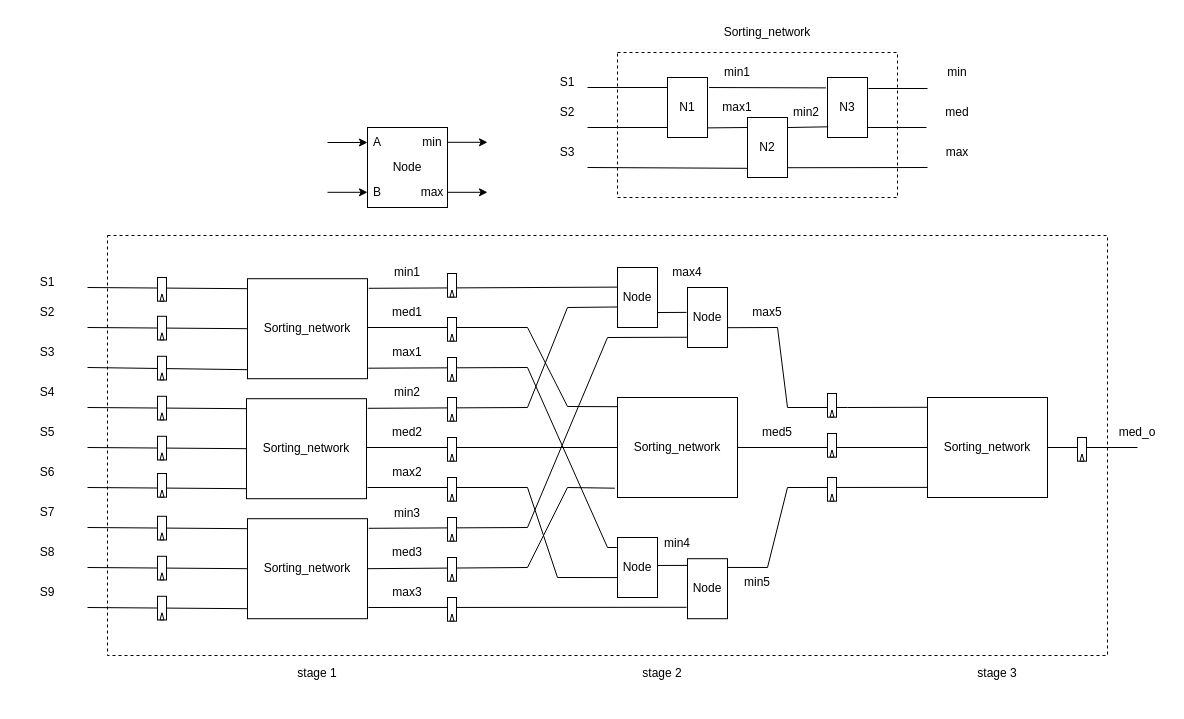
The draw.io diagram Draw/MedianFilterModules/MedianSystolicModule3x3.drawio in Hieuueihm/Thesis, before the edit. Source tidied: cells renumbered, new cells numbered last; positions are measured from the earlier drawing's top-left corner, leaving out a move shared by most shapes. Both pictures are drawn from the tidied source at 100%, with x=0, y=0 at pixel (17, 17).
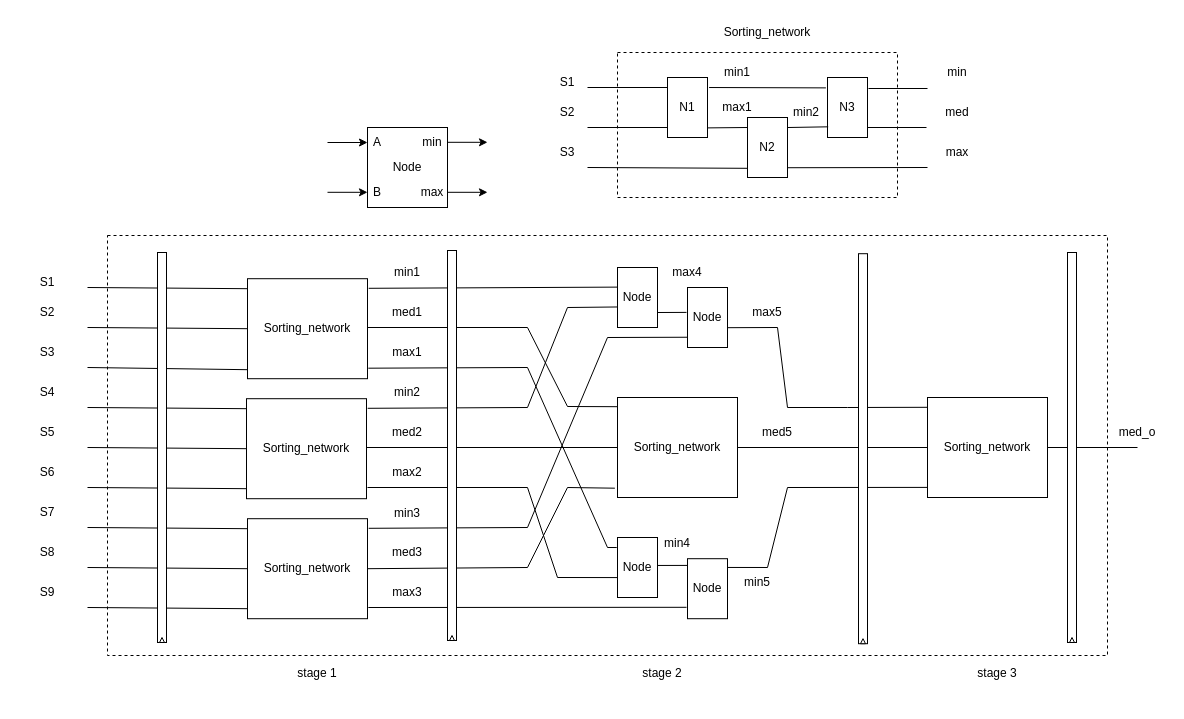
After the change.

Change to the diagram source:
```diff
@@
     <mxCell id="111" style="group;" parent="1" vertex="1">
-      <mxGeometry x="140" y="578.8" width="9" height="24" as="geometry" />
+      <mxGeometry x="140" y="145" width="9" height="540" as="geometry" />
     </mxCell>
+    <mxCell id="161" style="group;" parent="111" vertex="1">
+      <mxGeometry y="90" width="9" height="390" as="geometry" />
+    </mxCell>
-    <mxCell id="112" style="rounded=0;whiteSpace=wrap;html=1;" parent="111" vertex="1">
-      <mxGeometry width="9" height="23.7" as="geometry" />
+    <mxCell id="112" style="rounded=0;whiteSpace=wrap;html=1;" parent="161" vertex="1">
+      <mxGeometry width="9" height="390" as="geometry" />
     </mxCell>
-    <mxCell id="113" style="triangle;whiteSpace=wrap;html=1;rotation=270;" parent="111" vertex="1">
-      <mxGeometry x="1" y="18" width="7" height="4" as="geometry" />
-    </mxCell>
-    <mxCell id="114" style="group;" parent="1" vertex="1">
-      <mxGeometry x="430" y="256" width="9" height="24" as="geometry" />
-    </mxCell>
-    <mxCell id="115" style="rounded=0;whiteSpace=wrap;html=1;" parent="114" vertex="1">
-      <mxGeometry width="9" height="23.7" as="geometry" />
-    </mxCell>
-    <mxCell id="116" style="triangle;whiteSpace=wrap;html=1;rotation=270;" parent="114" vertex="1">
-      <mxGeometry x="1" y="18" width="7" height="4" as="geometry" />
-    </mxCell>
-    <mxCell id="117" style="group;" parent="1" vertex="1">
-      <mxGeometry x="430" y="300" width="9" height="24" as="geometry" />
-    </mxCell>
-    <mxCell id="118" style="rounded=0;whiteSpace=wrap;html=1;" parent="117" vertex="1">
-      <mxGeometry width="9" height="23.7" as="geometry" />
-    </mxCell>
-    <mxCell id="119" style="triangle;whiteSpace=wrap;html=1;rotation=270;" parent="117" vertex="1">
-      <mxGeometry x="1" y="18" width="7" height="4" as="geometry" />
-    </mxCell>
-    <mxCell id="120" style="group;" parent="1" vertex="1">
-      <mxGeometry x="430" y="340" width="9" height="24" as="geometry" />
-    </mxCell>
-    <mxCell id="121" style="rounded=0;whiteSpace=wrap;html=1;" parent="120" vertex="1">
-      <mxGeometry width="9" height="23.7" as="geometry" />
-    </mxCell>
-    <mxCell id="122" style="triangle;whiteSpace=wrap;html=1;rotation=270;" parent="120" vertex="1">
-      <mxGeometry x="1" y="18" width="7" height="4" as="geometry" />
-    </mxCell>
-    <mxCell id="123" style="group;" parent="1" vertex="1">
-      <mxGeometry x="430" y="380" width="9" height="24" as="geometry" />
-    </mxCell>
-    <mxCell id="124" style="rounded=0;whiteSpace=wrap;html=1;" parent="123" vertex="1">
-      <mxGeometry width="9" height="23.7" as="geometry" />
-    </mxCell>
-    <mxCell id="125" style="triangle;whiteSpace=wrap;html=1;rotation=270;" parent="123" vertex="1">
-      <mxGeometry x="1" y="18" width="7" height="4" as="geometry" />
-    </mxCell>
-    <mxCell id="126" style="group;" parent="1" vertex="1">
-      <mxGeometry x="430" y="420" width="9" height="24" as="geometry" />
-    </mxCell>
-    <mxCell id="127" style="rounded=0;whiteSpace=wrap;html=1;" parent="126" vertex="1">
-      <mxGeometry width="9" height="23.7" as="geometry" />
-    </mxCell>
-    <mxCell id="128" style="triangle;whiteSpace=wrap;html=1;rotation=270;" parent="126" vertex="1">
-      <mxGeometry x="1" y="18" width="7" height="4" as="geometry" />
-    </mxCell>
-    <mxCell id="129" style="group;" parent="1" vertex="1">
-      <mxGeometry x="430" y="460" width="9" height="24" as="geometry" />
-    </mxCell>
-    <mxCell id="130" style="rounded=0;whiteSpace=wrap;html=1;" parent="129" vertex="1">
-      <mxGeometry width="9" height="23.7" as="geometry" />
-    </mxCell>
-    <mxCell id="131" style="triangle;whiteSpace=wrap;html=1;rotation=270;" parent="129" vertex="1">
-      <mxGeometry x="1" y="18" width="7" height="4" as="geometry" />
-    </mxCell>
-    <mxCell id="132" style="group;" parent="1" vertex="1">
-      <mxGeometry x="430" y="500" width="9" height="24" as="geometry" />
-    </mxCell>
-    <mxCell id="133" style="rounded=0;whiteSpace=wrap;html=1;" parent="132" vertex="1">
-      <mxGeometry width="9" height="23.7" as="geometry" />
-    </mxCell>
-    <mxCell id="134" style="triangle;whiteSpace=wrap;html=1;rotation=270;" parent="132" vertex="1">
-      <mxGeometry x="1" y="18" width="7" height="4" as="geometry" />
-    </mxCell>
-    <mxCell id="135" style="group;" parent="1" vertex="1">
-      <mxGeometry x="430" y="540" width="9" height="24" as="geometry" />
-    </mxCell>
-    <mxCell id="136" style="rounded=0;whiteSpace=wrap;html=1;" parent="135" vertex="1">
-      <mxGeometry width="9" height="23.7" as="geometry" />
-    </mxCell>
-    <mxCell id="137" style="triangle;whiteSpace=wrap;html=1;rotation=270;" parent="135" vertex="1">
-      <mxGeometry x="1" y="18" width="7" height="4" as="geometry" />
-    </mxCell>
-    <mxCell id="138" style="group;" parent="1" vertex="1">
-      <mxGeometry x="430" y="580" width="9" height="24" as="geometry" />
-    </mxCell>
-    <mxCell id="139" style="rounded=0;whiteSpace=wrap;html=1;" parent="138" vertex="1">
-      <mxGeometry width="9" height="23.7" as="geometry" />
-    </mxCell>
-    <mxCell id="140" style="triangle;whiteSpace=wrap;html=1;rotation=270;" parent="138" vertex="1">
-      <mxGeometry x="1" y="18" width="7" height="4" as="geometry" />
-    </mxCell>
-    <mxCell id="141" style="group;" parent="1" vertex="1">
-      <mxGeometry x="810" y="376" width="9" height="24" as="geometry" />
-    </mxCell>
-    <mxCell id="142" style="rounded=0;whiteSpace=wrap;html=1;" parent="141" vertex="1">
-      <mxGeometry width="9" height="23.7" as="geometry" />
-    </mxCell>
-    <mxCell id="143" style="triangle;whiteSpace=wrap;html=1;rotation=270;" parent="141" vertex="1">
-      <mxGeometry x="1" y="18" width="7" height="4" as="geometry" />
-    </mxCell>
-    <mxCell id="144" style="group;" parent="1" vertex="1">
-      <mxGeometry x="810" y="416" width="9" height="24" as="geometry" />
-    </mxCell>
-    <mxCell id="145" style="rounded=0;whiteSpace=wrap;html=1;" parent="144" vertex="1">
-      <mxGeometry width="9" height="23.7" as="geometry" />
-    </mxCell>
-    <mxCell id="146" style="triangle;whiteSpace=wrap;html=1;rotation=270;" parent="144" vertex="1">
-      <mxGeometry x="1" y="18" width="7" height="4" as="geometry" />
-    </mxCell>
-    <mxCell id="147" style="group;" parent="1" vertex="1">
-      <mxGeometry x="810" y="460" width="9" height="24" as="geometry" />
-    </mxCell>
-    <mxCell id="148" style="rounded=0;whiteSpace=wrap;html=1;" parent="147" vertex="1">
-      <mxGeometry width="9" height="23.7" as="geometry" />
-    </mxCell>
-    <mxCell id="149" style="triangle;whiteSpace=wrap;html=1;rotation=270;" parent="147" vertex="1">
-      <mxGeometry x="1" y="18" width="7" height="4" as="geometry" />
-    </mxCell>
+    <mxCell id="162" style="triangle;whiteSpace=wrap;html=1;rotation=270;" parent="161" vertex="1">
+      <mxGeometry x="2" y="385" width="5" height="5" as="geometry" />
+    </mxCell>
@@
-    <mxCell id="158" style="group;" parent="1" vertex="1">
-      <mxGeometry x="1060" y="420" width="9" height="24" as="geometry" />
-    </mxCell>
-    <mxCell id="159" style="rounded=0;whiteSpace=wrap;html=1;" parent="158" vertex="1">
-      <mxGeometry width="9" height="23.7" as="geometry" />
-    </mxCell>
-    <mxCell id="160" style="triangle;whiteSpace=wrap;html=1;rotation=270;" parent="158" vertex="1">
-      <mxGeometry x="1" y="18" width="7" height="4" as="geometry" />
-    </mxCell>
+    <mxCell id="163" style="group;" parent="1" vertex="1">
+      <mxGeometry x="430" y="233" width="9" height="390" as="geometry" />
+    </mxCell>
+    <mxCell id="164" style="rounded=0;whiteSpace=wrap;html=1;" parent="163" vertex="1">
+      <mxGeometry width="9" height="390" as="geometry" />
+    </mxCell>
+    <mxCell id="165" style="triangle;whiteSpace=wrap;html=1;rotation=270;" parent="163" vertex="1">
+      <mxGeometry x="2" y="385" width="5" height="5" as="geometry" />
+    </mxCell>
+    <mxCell id="166" style="group;" parent="1" vertex="1">
+      <mxGeometry x="841" y="236.2" width="9" height="390" as="geometry" />
+    </mxCell>
+    <mxCell id="167" style="rounded=0;whiteSpace=wrap;html=1;" parent="166" vertex="1">
+      <mxGeometry width="9" height="390" as="geometry" />
+    </mxCell>
+    <mxCell id="168" style="triangle;whiteSpace=wrap;html=1;rotation=270;" parent="166" vertex="1">
+      <mxGeometry x="2" y="385" width="5" height="5" as="geometry" />
+    </mxCell>
+    <mxCell id="169" style="group;" parent="1" vertex="1">
+      <mxGeometry x="1050" y="235" width="9" height="390" as="geometry" />
+    </mxCell>
+    <mxCell id="170" style="rounded=0;whiteSpace=wrap;html=1;" parent="169" vertex="1">
+      <mxGeometry width="9" height="390" as="geometry" />
+    </mxCell>
+    <mxCell id="171" style="triangle;whiteSpace=wrap;html=1;rotation=270;" parent="169" vertex="1">
+      <mxGeometry x="2" y="385" width="5" height="5" as="geometry" />
+    </mxCell>
```
